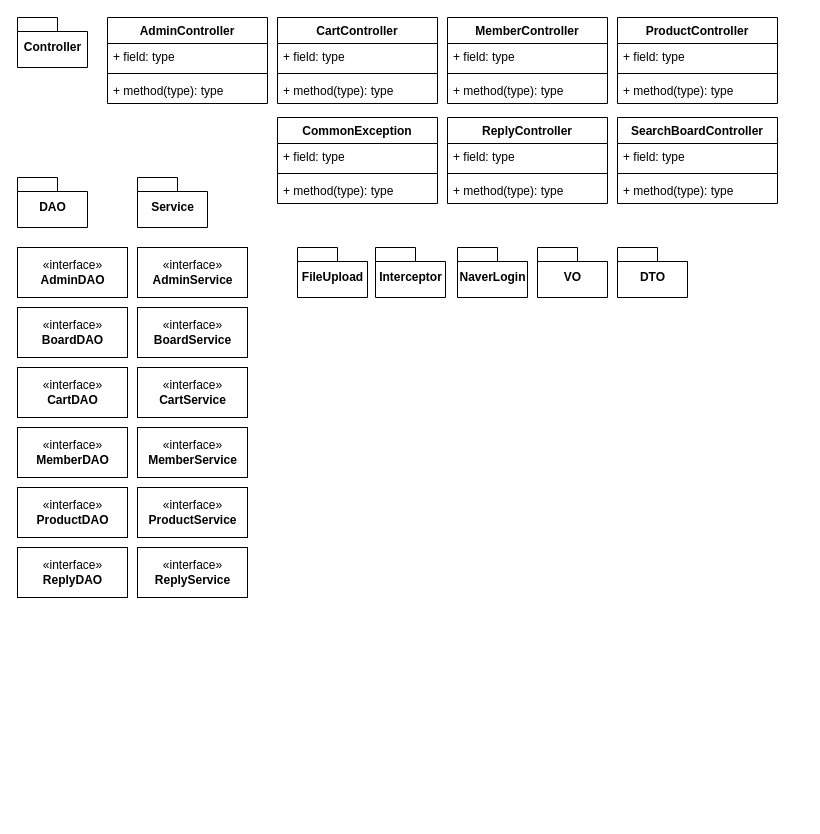
Above: Java/Untitled Diagram.drawio in alsoscope/TIL (draw.io), before the change. Source tidied: cells renumbered, new cells numbered last; positions are measured from the earlier drawing's top-left corner, leaving out a move shared by most shapes. Both pictures are drawn from the tidied source at 100%, with x=0, y=0 at pixel (17, 17).
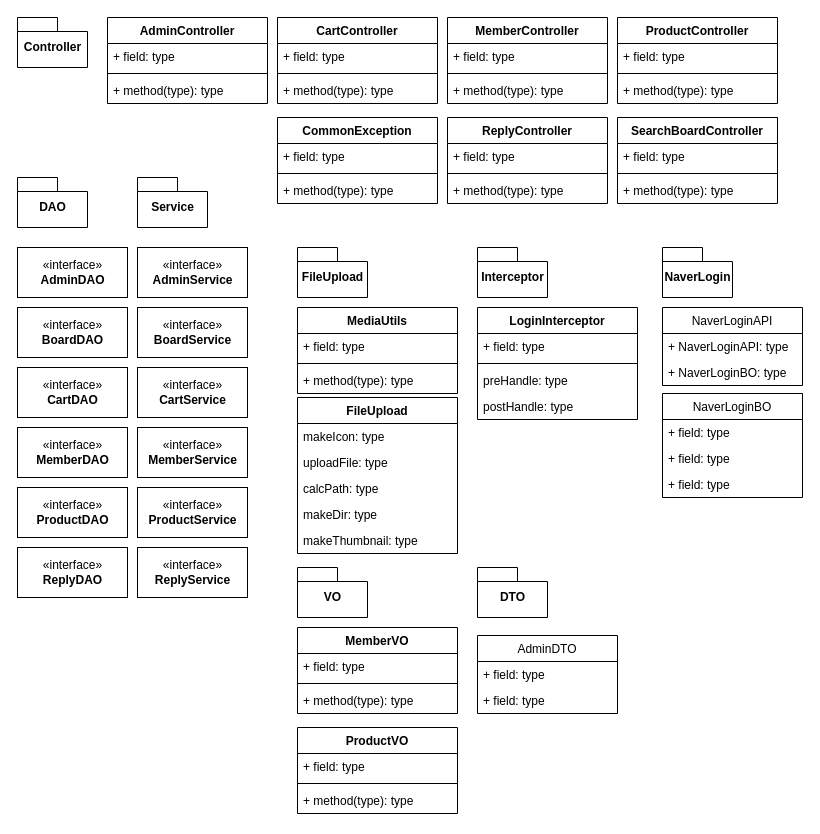
The same diagram, later.

Change to the diagram source:
```diff
@@
     <mxCell id="42" value="NaverLogin" style="shape=folder;fontStyle=1;spacingTop=10;tabWidth=40;tabHeight=14;tabPosition=left;html=1;" parent="1" vertex="1">
-      <mxGeometry x="440" y="230" width="70" height="50" as="geometry" />
+      <mxGeometry x="645" y="230" width="70" height="50" as="geometry" />
     </mxCell>
     <mxCell id="43" value="Interceptor" style="shape=folder;fontStyle=1;spacingTop=10;tabWidth=40;tabHeight=14;tabPosition=left;html=1;" parent="1" vertex="1">
-      <mxGeometry x="358" y="230" width="70" height="50" as="geometry" />
+      <mxGeometry x="460" y="230" width="70" height="50" as="geometry" />
     </mxCell>
@@
     <mxCell id="48" value="VO" style="shape=folder;fontStyle=1;spacingTop=10;tabWidth=40;tabHeight=14;tabPosition=left;html=1;" parent="1" vertex="1">
-      <mxGeometry x="520" y="230" width="70" height="50" as="geometry" />
+      <mxGeometry x="280" y="550" width="70" height="50" as="geometry" />
     </mxCell>
     <mxCell id="49" value="DTO" style="shape=folder;fontStyle=1;spacingTop=10;tabWidth=40;tabHeight=14;tabPosition=left;html=1;" parent="1" vertex="1">
-      <mxGeometry x="600" y="230" width="70" height="50" as="geometry" />
+      <mxGeometry x="460" y="550" width="70" height="50" as="geometry" />
     </mxCell>
+    <mxCell id="50" value="LoginInterceptor" style="swimlane;fontStyle=1;align=center;verticalAlign=top;horizontal=1;startSize=26;" parent="1" vertex="1">
+      <mxGeometry x="460" y="290" width="160" height="112" as="geometry" />
+    </mxCell>
+    <mxCell id="51" value="+ field: type" style="text;strokeColor=none;fillColor=none;align=left;verticalAlign=top;spacingLeft=4;spacingRight=4;overflow=hidden;" parent="50" vertex="1">
+      <mxGeometry y="26" width="160" height="26" as="geometry" />
+    </mxCell>
+    <mxCell id="52" style="line;strokeWidth=1;fillColor=none;align=left;verticalAlign=middle;spacingTop=-1;spacingLeft=3;spacingRight=3;labelPosition=right;" parent="50" vertex="1">
+      <mxGeometry y="52" width="160" height="8" as="geometry" />
+    </mxCell>
+    <mxCell id="53" value="preHandle: type" style="text;strokeColor=none;fillColor=none;align=left;verticalAlign=top;spacingLeft=4;spacingRight=4;overflow=hidden;" parent="50" vertex="1">
+      <mxGeometry y="60" width="160" height="26" as="geometry" />
+    </mxCell>
+    <mxCell id="54" value="postHandle: type" style="text;strokeColor=none;fillColor=none;align=left;verticalAlign=top;spacingLeft=4;spacingRight=4;overflow=hidden;" parent="50" vertex="1">
+      <mxGeometry y="86" width="160" height="26" as="geometry" />
+    </mxCell>
+    <mxCell id="55" value="MediaUtils" style="swimlane;fontStyle=1;align=center;verticalAlign=top;horizontal=1;startSize=26;" parent="1" vertex="1">
+      <mxGeometry x="280" y="290" width="160" height="86" as="geometry" />
+    </mxCell>
+    <mxCell id="56" value="+ field: type" style="text;strokeColor=none;fillColor=none;align=left;verticalAlign=top;spacingLeft=4;spacingRight=4;overflow=hidden;" parent="55" vertex="1">
+      <mxGeometry y="26" width="160" height="26" as="geometry" />
+    </mxCell>
+    <mxCell id="57" style="line;strokeWidth=1;fillColor=none;align=left;verticalAlign=middle;spacingTop=-1;spacingLeft=3;spacingRight=3;labelPosition=right;" parent="55" vertex="1">
+      <mxGeometry y="52" width="160" height="8" as="geometry" />
+    </mxCell>
+    <mxCell id="58" value="+ method(type): type" style="text;strokeColor=none;fillColor=none;align=left;verticalAlign=top;spacingLeft=4;spacingRight=4;overflow=hidden;" parent="55" vertex="1">
+      <mxGeometry y="60" width="160" height="26" as="geometry" />
+    </mxCell>
+    <mxCell id="59" value="FileUpload" style="swimlane;fontStyle=1;align=center;verticalAlign=top;horizontal=1;startSize=26;" parent="1" vertex="1">
+      <mxGeometry x="280" y="380" width="160" height="156" as="geometry" />
+    </mxCell>
+    <mxCell id="60" value="makeIcon: type&#10;" style="text;strokeColor=none;fillColor=none;align=left;verticalAlign=top;spacingLeft=4;spacingRight=4;overflow=hidden;" parent="59" vertex="1">
+      <mxGeometry y="26" width="160" height="26" as="geometry" />
+    </mxCell>
+    <mxCell id="61" value="uploadFile: type&#10;" style="text;strokeColor=none;fillColor=none;align=left;verticalAlign=top;spacingLeft=4;spacingRight=4;overflow=hidden;" parent="59" vertex="1">
+      <mxGeometry y="52" width="160" height="26" as="geometry" />
+    </mxCell>
+    <mxCell id="62" value="calcPath: type&#10;" style="text;strokeColor=none;fillColor=none;align=left;verticalAlign=top;spacingLeft=4;spacingRight=4;overflow=hidden;" parent="59" vertex="1">
+      <mxGeometry y="78" width="160" height="26" as="geometry" />
+    </mxCell>
+    <mxCell id="63" value="makeDir: type&#10;" style="text;strokeColor=none;fillColor=none;align=left;verticalAlign=top;spacingLeft=4;spacingRight=4;overflow=hidden;" parent="59" vertex="1">
+      <mxGeometry y="104" width="160" height="26" as="geometry" />
+    </mxCell>
+    <mxCell id="64" value="makeThumbnail: type&#10;" style="text;strokeColor=none;fillColor=none;align=left;verticalAlign=top;spacingLeft=4;spacingRight=4;overflow=hidden;" parent="59" vertex="1">
+      <mxGeometry y="130" width="160" height="26" as="geometry" />
+    </mxCell>
+    <mxCell id="65" value="NaverLoginAPI" style="swimlane;fontStyle=0;horizontal=1;startSize=26;fillColor=none;" parent="1" vertex="1">
+      <mxGeometry x="645" y="290" width="140" height="78" as="geometry" />
+    </mxCell>
+    <mxCell id="66" value="+ NaverLoginAPI: type" style="text;strokeColor=none;fillColor=none;align=left;verticalAlign=top;spacingLeft=4;spacingRight=4;overflow=hidden;" parent="65" vertex="1">
+      <mxGeometry y="26" width="140" height="26" as="geometry" />
+    </mxCell>
+    <mxCell id="67" value="+ NaverLoginBO: type" style="text;strokeColor=none;fillColor=none;align=left;verticalAlign=top;spacingLeft=4;spacingRight=4;overflow=hidden;" parent="65" vertex="1">
+      <mxGeometry y="52" width="140" height="26" as="geometry" />
+    </mxCell>
+    <mxCell id="68" value="NaverLoginBO" style="swimlane;fontStyle=0;horizontal=1;startSize=26;fillColor=none;" parent="1" vertex="1">
+      <mxGeometry x="645" y="376" width="140" height="104" as="geometry" />
+    </mxCell>
+    <mxCell id="69" value="+ field: type" style="text;strokeColor=none;fillColor=none;align=left;verticalAlign=top;spacingLeft=4;spacingRight=4;overflow=hidden;" parent="68" vertex="1">
+      <mxGeometry y="26" width="140" height="26" as="geometry" />
+    </mxCell>
+    <mxCell id="70" value="+ field: type" style="text;strokeColor=none;fillColor=none;align=left;verticalAlign=top;spacingLeft=4;spacingRight=4;overflow=hidden;" parent="68" vertex="1">
+      <mxGeometry y="52" width="140" height="26" as="geometry" />
+    </mxCell>
+    <mxCell id="71" value="+ field: type" style="text;strokeColor=none;fillColor=none;align=left;verticalAlign=top;spacingLeft=4;spacingRight=4;overflow=hidden;" parent="68" vertex="1">
+      <mxGeometry y="78" width="140" height="26" as="geometry" />
+    </mxCell>
+    <mxCell id="72" value="MemberVO" style="swimlane;fontStyle=1;align=center;verticalAlign=top;horizontal=1;startSize=26;" parent="1" vertex="1">
+      <mxGeometry x="280" y="610" width="160" height="86" as="geometry" />
+    </mxCell>
+    <mxCell id="73" value="+ field: type" style="text;strokeColor=none;fillColor=none;align=left;verticalAlign=top;spacingLeft=4;spacingRight=4;overflow=hidden;" parent="72" vertex="1">
+      <mxGeometry y="26" width="160" height="26" as="geometry" />
+    </mxCell>
+    <mxCell id="74" style="line;strokeWidth=1;fillColor=none;align=left;verticalAlign=middle;spacingTop=-1;spacingLeft=3;spacingRight=3;labelPosition=right;" parent="72" vertex="1">
+      <mxGeometry y="52" width="160" height="8" as="geometry" />
+    </mxCell>
+    <mxCell id="75" value="+ method(type): type" style="text;strokeColor=none;fillColor=none;align=left;verticalAlign=top;spacingLeft=4;spacingRight=4;overflow=hidden;" parent="72" vertex="1">
+      <mxGeometry y="60" width="160" height="26" as="geometry" />
+    </mxCell>
+    <mxCell id="76" value="ProductVO" style="swimlane;fontStyle=1;align=center;verticalAlign=top;horizontal=1;startSize=26;" parent="1" vertex="1">
+      <mxGeometry x="280" y="710" width="160" height="86" as="geometry" />
+    </mxCell>
+    <mxCell id="77" value="+ field: type" style="text;strokeColor=none;fillColor=none;align=left;verticalAlign=top;spacingLeft=4;spacingRight=4;overflow=hidden;" parent="76" vertex="1">
+      <mxGeometry y="26" width="160" height="26" as="geometry" />
+    </mxCell>
+    <mxCell id="78" style="line;strokeWidth=1;fillColor=none;align=left;verticalAlign=middle;spacingTop=-1;spacingLeft=3;spacingRight=3;labelPosition=right;" parent="76" vertex="1">
+      <mxGeometry y="52" width="160" height="8" as="geometry" />
+    </mxCell>
+    <mxCell id="79" value="+ method(type): type" style="text;strokeColor=none;fillColor=none;align=left;verticalAlign=top;spacingLeft=4;spacingRight=4;overflow=hidden;" parent="76" vertex="1">
+      <mxGeometry y="60" width="160" height="26" as="geometry" />
+    </mxCell>
+    <mxCell id="80" value="AdminDTO" style="swimlane;fontStyle=0;horizontal=1;startSize=26;fillColor=none;" parent="1" vertex="1">
+      <mxGeometry x="460" y="618" width="140" height="78" as="geometry" />
+    </mxCell>
+    <mxCell id="81" value="+ field: type" style="text;strokeColor=none;fillColor=none;align=left;verticalAlign=top;spacingLeft=4;spacingRight=4;overflow=hidden;" parent="80" vertex="1">
+      <mxGeometry y="26" width="140" height="26" as="geometry" />
+    </mxCell>
+    <mxCell id="82" value="+ field: type" style="text;strokeColor=none;fillColor=none;align=left;verticalAlign=top;spacingLeft=4;spacingRight=4;overflow=hidden;" parent="80" vertex="1">
+      <mxGeometry y="52" width="140" height="26" as="geometry" />
+    </mxCell>
```
